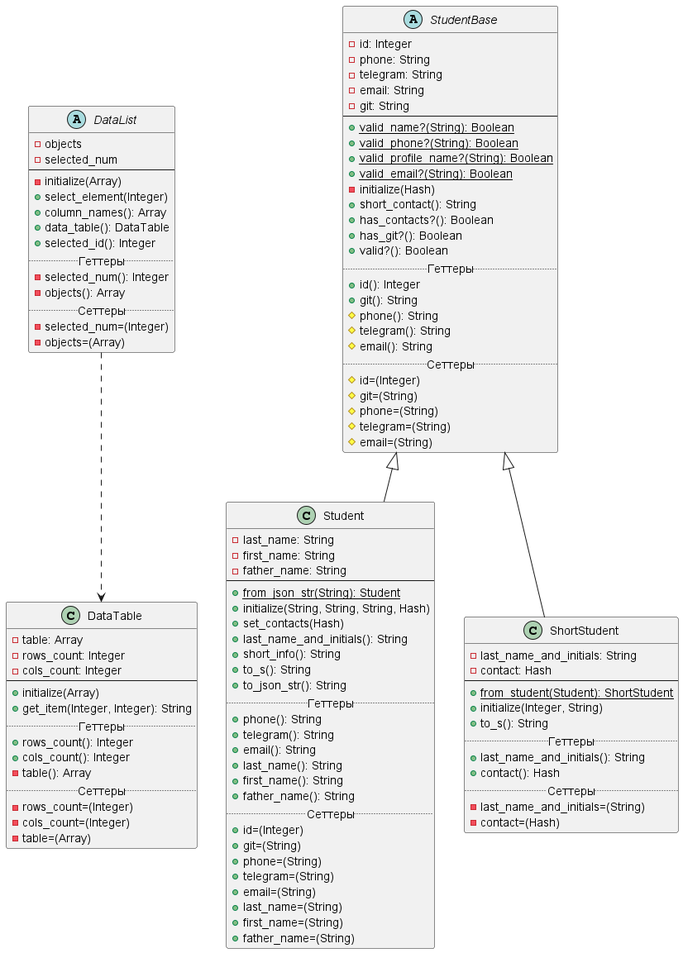
This is Diagrams/lab2.png from r1411/PatternsLabs, a PlantUML export, as it was before one commit. The source it was exported from:
```plantuml
@startuml

DataList ..> DataTable

abstract class StudentBase {
    -id: Integer
    -phone: String
    -telegram: String
    -email: String
    -git: String
    --
    +{static}valid_name?(String): Boolean
    +{static}valid_phone?(String): Boolean
    +{static}valid_profile_name?(String): Boolean
    +{static}valid_email?(String): Boolean
    -initialize(Hash)
    +short_contact(): String
    +has_contacts?(): Boolean
    +has_git?(): Boolean
    +valid?(): Boolean
    .. Геттеры ..
    +id(): Integer
    +git(): String
    #phone(): String
    #telegram(): String
    #email(): String
    .. Сеттеры ..
    #id=(Integer)
    #git=(String)
    #phone=(String)
    #telegram=(String)
    #email=(String)
}

class Student extends StudentBase {
    -last_name: String
    -first_name: String
    -father_name: String
    --
    +{static}from_json_str(String): Student
    +initialize(String, String, String, Hash)
    +set_contacts(Hash)
    +last_name_and_initials(): String
    +short_info(): String
    +to_s(): String
    +to_json_str(): String
    .. Геттеры ..
    +phone(): String
    +telegram(): String
    +email(): String
    +last_name(): String
    +first_name(): String
    +father_name(): String
    .. Сеттеры ..
    +id=(Integer)
    +git=(String)
    +phone=(String)
    +telegram=(String)
    +email=(String)
    +last_name=(String)
    +first_name=(String)
    +father_name=(String)
}

class ShortStudent extends StudentBase {
    -last_name_and_initials: String
    -contact: Hash
    --
    +{static}from_student(Student): ShortStudent
    +initialize(Integer, String)
    +to_s(): String
    .. Геттеры ..
    +last_name_and_initials(): String
    +contact(): Hash
    .. Сеттеры ..
    -last_name_and_initials=(String)
    -contact=(Hash)
}

class DataTable {
    -table: Array
    -rows_count: Integer
    -cols_count: Integer
    --
    +initialize(Array)
    +get_item(Integer, Integer): String
    .. Геттеры ..
    +rows_count(): Integer
    +cols_count(): Integer
    -table(): Array
    .. Сеттеры ..
    -rows_count=(Integer)
    -cols_count=(Integer)
    -table=(Array)
}

abstract class DataList {
    -objects
    -selected_num
    --
    -initialize(Array)
    +select_element(Integer)
    +column_names(): Array
    +data_table(): DataTable
    +selected_id(): Integer
    .. Геттеры ..
    -selected_num(): Integer
    -objects(): Array
    .. Сеттеры ..
    -selected_num=(Integer)
    -objects=(Array)
}

@enduml
```
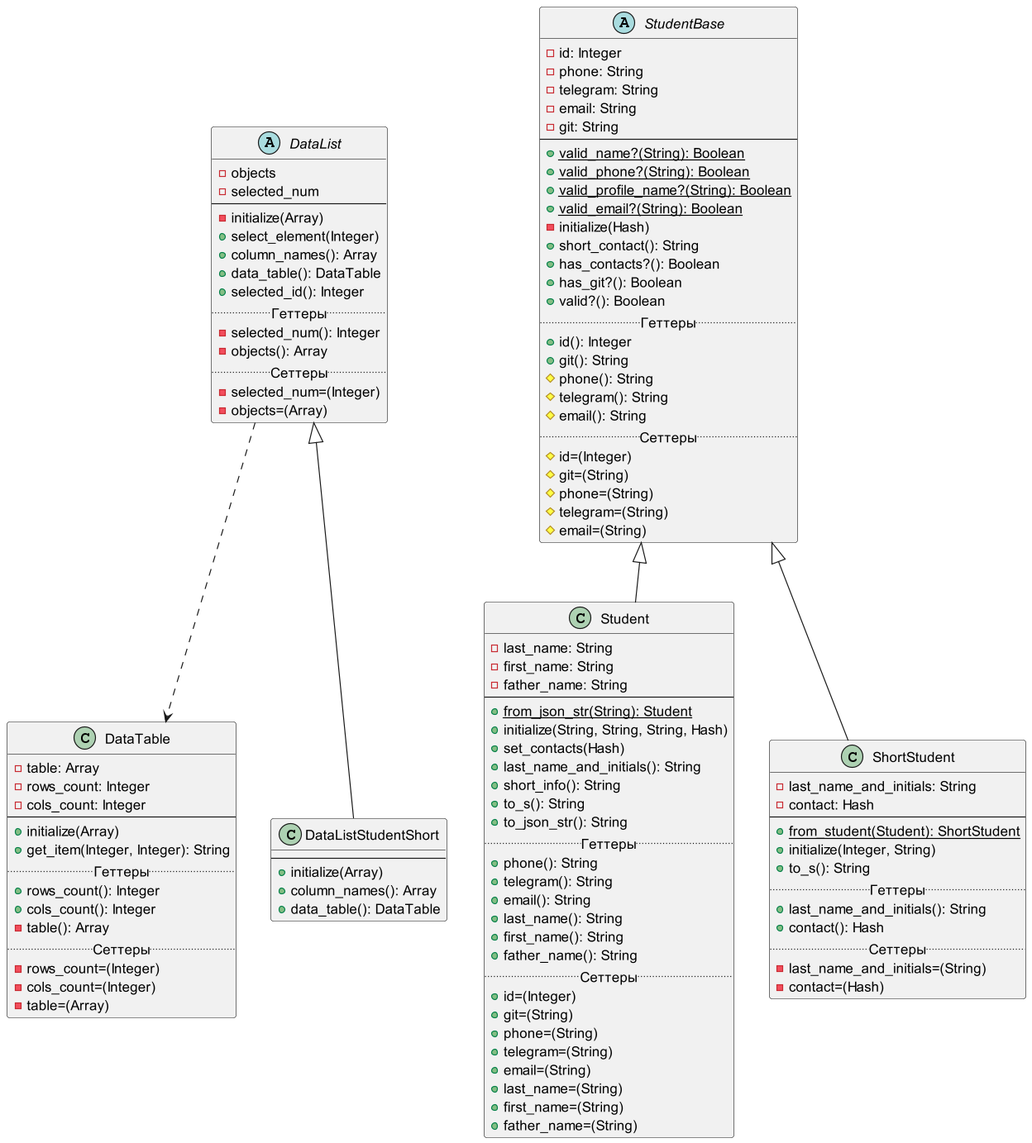
The same diagram one commit later.

Commit message:
Класс DataListStudentShort (Лаб 2, Задание 3.5)

What changed in the source:
```diff
@@ -111,4 +111,11 @@
     -objects=(Array)
 }
 
+class DataListStudentShort extends DataList {
+    --
+    +initialize(Array)
+    +column_names(): Array
+    +data_table(): DataTable
+}
+
 @enduml
```
